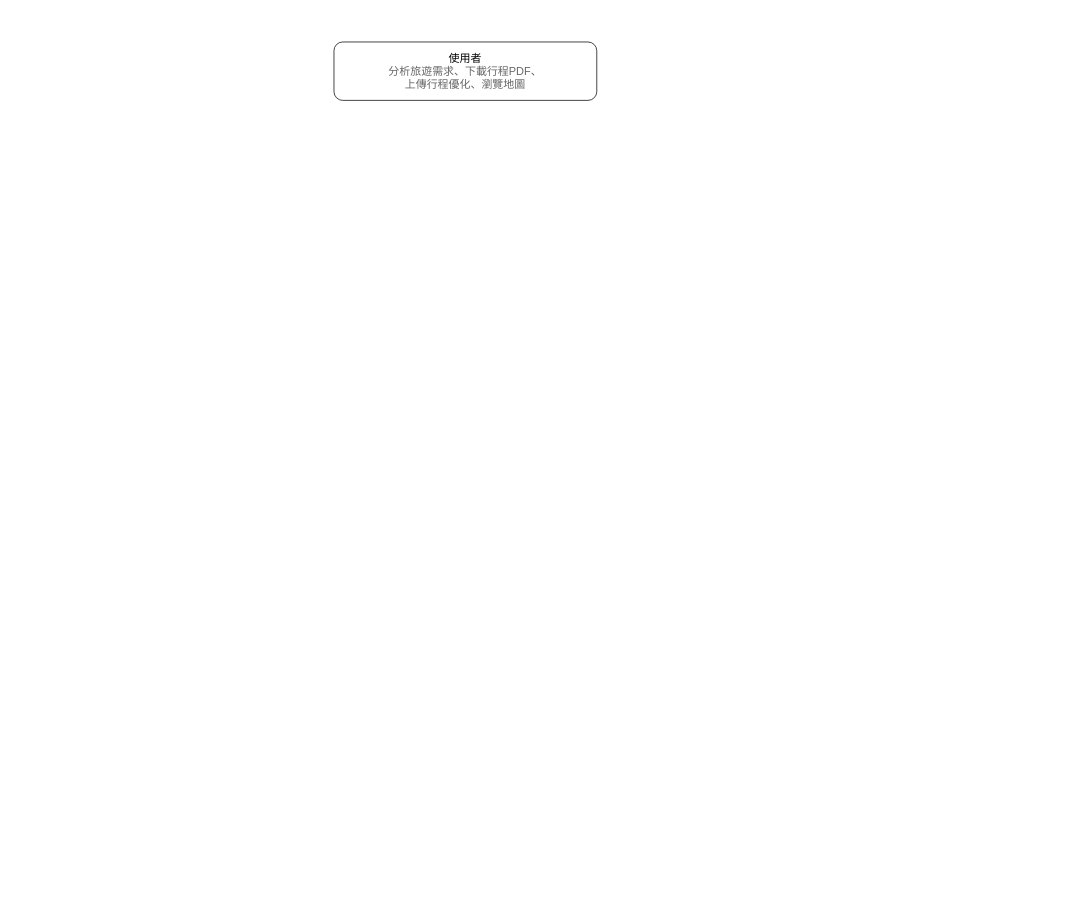
shuuuuyu/draw.io keeps this draw.io diagram as scratch.drawio. Above is the earlier version. Source tidied: cells renumbered, new cells numbered last; positions are measured from the earlier drawing's top-left corner, leaving out a move shared by most shapes. Both pictures are drawn from the tidied source at 73%, with x=0, y=0 at pixel (334, 42).
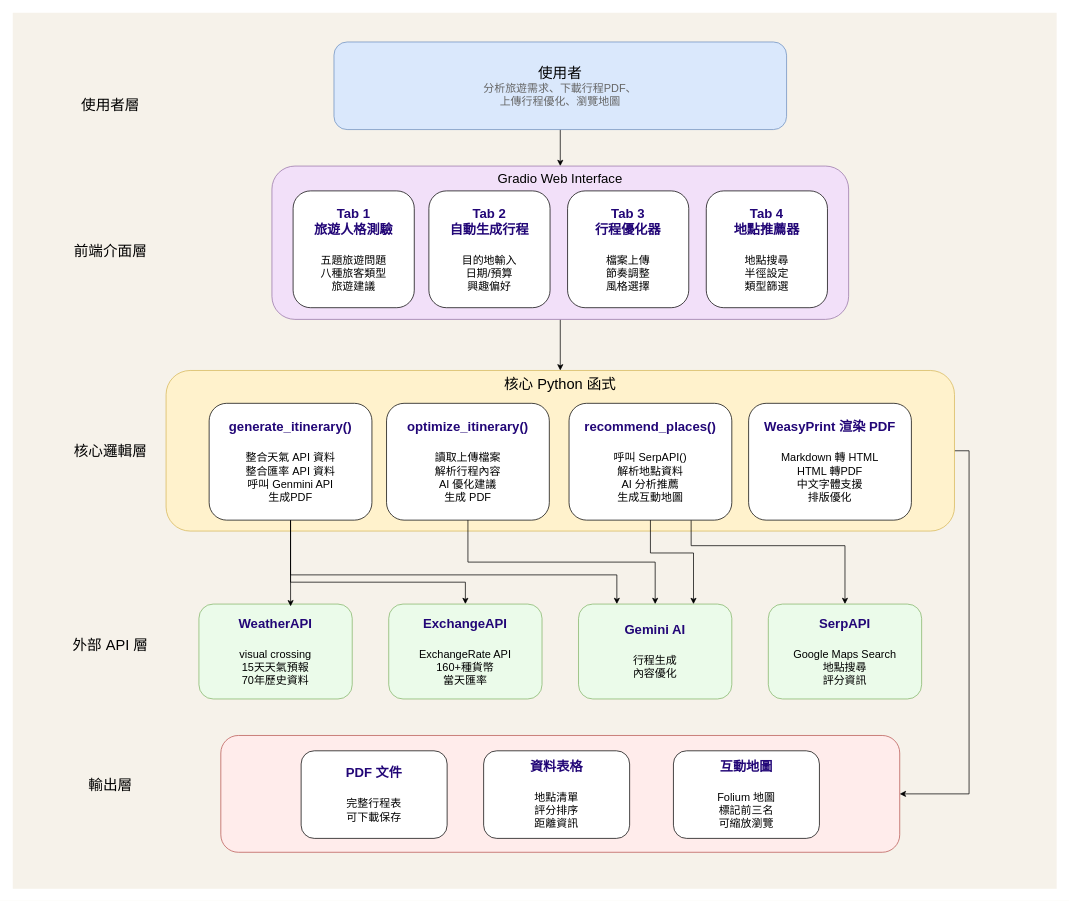
After the change.

The edit, as a diff of the source:
```diff
@@
+    <mxCell id="3" style="rounded=0;whiteSpace=wrap;html=1;fillColor=light-dark(#F6F2EA,#EDEDED);strokeColor=none;" parent="1" vertex="1">
+      <mxGeometry x="-440" y="-40" width="1430" height="1200" as="geometry" />
+    </mxCell>
+    <mxCell id="4" style="whiteSpace=wrap;html=1;fontSize=15;verticalAlign=middle;rounded=1;fillColor=light-dark(#ffeceb, #512d2b);strokeColor=#b85450;" parent="1" vertex="1">
+      <mxGeometry x="-155" y="950" width="930" height="160" as="geometry" />
+    </mxCell>
+    <mxCell id="5" style="edgeStyle=orthogonalEdgeStyle;rounded=0;jettySize=auto;html=1;" parent="1" edge="1" source="2" target="7">
+      <mxGeometry relative="1" as="geometry" />
+    </mxCell>
-    <mxCell id="2" value="使用者&lt;div&gt;&lt;font style=&quot;color: rgb(102, 102, 102);&quot;&gt;分析旅遊需求、下載行程PDF、&lt;/font&gt;&lt;/div&gt;&lt;div&gt;&lt;font style=&quot;color: rgb(102, 102, 102);&quot;&gt;&lt;span style=&quot;background-color: transparent;&quot;&gt;上傳行程優化、&lt;/span&gt;&lt;span style=&quot;background-color: transparent;&quot;&gt;瀏覽地圖&lt;/span&gt;&lt;/font&gt;&lt;/div&gt;" style="rounded=1;whiteSpace=wrap;html=1;fontSize=15;" parent="1" vertex="1">
-      <mxGeometry width="360" height="80" as="geometry" />
+    <mxCell id="2" value="&lt;font style=&quot;font-size: 20px;&quot;&gt;使用者&lt;/font&gt;&lt;div&gt;&lt;font style=&quot;color: rgb(102, 102, 102);&quot;&gt;分析旅遊需求、下載行程PDF、&lt;/font&gt;&lt;/div&gt;&lt;div&gt;&lt;font style=&quot;color: rgb(102, 102, 102);&quot;&gt;&lt;span style=&quot;background-color: transparent;&quot;&gt;上傳行程優化、&lt;/span&gt;&lt;span style=&quot;background-color: transparent;&quot;&gt;瀏覽地圖&lt;/span&gt;&lt;/font&gt;&lt;/div&gt;" style="rounded=1;whiteSpace=wrap;html=1;fontSize=15;fillColor=#dae8fc;strokeColor=#6c8ebf;" parent="1" vertex="1">
+      <mxGeometry width="620" height="120" as="geometry" />
     </mxCell>
+    <mxCell id="6" style="edgeStyle=orthogonalEdgeStyle;rounded=0;jettySize=auto;html=1;" parent="1" edge="1" source="7" target="10">
+      <mxGeometry relative="1" as="geometry" />
+    </mxCell>
+    <mxCell id="7" value="&lt;font style=&quot;font-size: 18px;&quot;&gt;Gradio Web Interface&lt;/font&gt;" style="whiteSpace=wrap;html=1;fontSize=15;fillColor=light-dark(#F2E0F9,#392F3F);strokeColor=#9673a6;rounded=1;verticalAlign=top;" parent="1" vertex="1">
+      <mxGeometry x="-85" y="170" width="790" height="210" as="geometry" />
+    </mxCell>
+    <mxCell id="8" value="&lt;font style=&quot;color: rgb(34, 6, 119);&quot;&gt;&lt;b style=&quot;background-color: transparent;&quot;&gt;&lt;font style=&quot;font-size: 18px;&quot;&gt;Tab 1&lt;/font&gt;&lt;/b&gt;&lt;br&gt;&lt;b style=&quot;background-color: transparent;&quot;&gt;&lt;font style=&quot;font-size: 18px;&quot;&gt;旅遊人格測驗&lt;/font&gt;&lt;/b&gt;&lt;/font&gt;&lt;br&gt;&lt;span style=&quot;font-size: 18px;&quot;&gt;&lt;b&gt;&lt;br&gt;&lt;/b&gt;&lt;/span&gt;&lt;span style=&quot;background-color: transparent; color: light-dark(rgb(0, 0, 0), rgb(255, 255, 255));&quot;&gt;五題旅遊問題&lt;/span&gt;&lt;br&gt;&lt;span style=&quot;background-color: transparent; color: light-dark(rgb(0, 0, 0), rgb(255, 255, 255));&quot;&gt;八種旅客類型&lt;/span&gt;&lt;br&gt;&lt;span style=&quot;background-color: transparent; color: light-dark(rgb(0, 0, 0), rgb(255, 255, 255));&quot;&gt;旅遊建議&lt;/span&gt;&lt;div&gt;&lt;/div&gt;" style="whiteSpace=wrap;html=1;fontSize=15;verticalAlign=middle;rounded=1;align=center;" parent="1" vertex="1">
+      <mxGeometry x="-56" y="204" width="166" height="160" as="geometry" />
+    </mxCell>
+    <mxCell id="9" style="edgeStyle=orthogonalEdgeStyle;rounded=0;jettySize=auto;html=1;exitX=1;exitY=0.5;exitDx=0;exitDy=0;entryX=1;entryY=0.5;entryDx=0;entryDy=0;" parent="1" edge="1" source="10" target="4">
+      <mxGeometry relative="1" as="geometry" />
+    </mxCell>
+    <mxCell id="10" value="&lt;font style=&quot;font-size: 20px;&quot;&gt;核心 Python 函式&lt;/font&gt;" style="rounded=1;whiteSpace=wrap;html=1;fontSize=15;verticalAlign=top;fillColor=#fff2cc;strokeColor=#d6b656;" parent="1" vertex="1">
+      <mxGeometry x="-230" y="450" width="1080" height="220" as="geometry" />
+    </mxCell>
+    <mxCell id="11" value="&lt;font style=&quot;color: rgb(34, 6, 119);&quot;&gt;&lt;b style=&quot;background-color: transparent;&quot;&gt;&lt;font style=&quot;font-size: 18px;&quot;&gt;WeatherAPI&lt;/font&gt;&lt;/b&gt;&lt;/font&gt;&lt;div&gt;&lt;span style=&quot;font-size: 18px;&quot;&gt;&lt;b&gt;&lt;font color=&quot;#220677&quot;&gt;&lt;br&gt;&lt;/font&gt;&lt;/b&gt;&lt;/span&gt;visual crossing&lt;div&gt;15天天氣預報&lt;/div&gt;&lt;div&gt;70年歷史資料&lt;/div&gt;&lt;/div&gt;" style="whiteSpace=wrap;html=1;fontSize=15;verticalAlign=middle;rounded=1;fillColor=light-dark(#ebfbea, #1f2f1e);strokeColor=#82b366;" parent="1" vertex="1">
+      <mxGeometry x="-185" y="770" width="210" height="130" as="geometry" />
+    </mxCell>
+    <mxCell id="12" value="&lt;font style=&quot;color: rgb(34, 6, 119);&quot;&gt;&lt;font&gt;&lt;span style=&quot;font-size: 18px;&quot;&gt;&lt;b&gt;PDF 文件&lt;/b&gt;&lt;/span&gt;&lt;/font&gt;&lt;br&gt;&lt;/font&gt;&lt;div&gt;&lt;span style=&quot;font-size: 18px;&quot;&gt;&lt;b&gt;&lt;font&gt;&lt;br&gt;&lt;/font&gt;&lt;/b&gt;&lt;/span&gt;完整行程表&lt;/div&gt;&lt;div&gt;可下載保存&lt;/div&gt;" style="whiteSpace=wrap;html=1;fontSize=15;verticalAlign=middle;rounded=1;" parent="1" vertex="1">
+      <mxGeometry x="-45" y="971" width="200" height="120" as="geometry" />
+    </mxCell>
+    <mxCell id="13" value="&lt;font style=&quot;color: rgb(34, 6, 119);&quot;&gt;&lt;font style=&quot;color: rgb(34, 6, 119);&quot;&gt;&lt;b style=&quot;background-color: transparent;&quot;&gt;&lt;font style=&quot;font-size: 18px;&quot;&gt;Tab 2&lt;/font&gt;&lt;/b&gt;&lt;br&gt;&lt;/font&gt;&lt;span style=&quot;font-size: 18px;&quot;&gt;&lt;b&gt;自動生成行程&lt;/b&gt;&lt;/span&gt;&lt;/font&gt;&lt;br&gt;&lt;span style=&quot;font-size: 18px;&quot;&gt;&lt;b&gt;&lt;br&gt;&lt;/b&gt;&lt;/span&gt;目的地輸入&lt;div&gt;&lt;/div&gt;&lt;div&gt;日期/預算&lt;/div&gt;&lt;div&gt;興趣偏好&lt;/div&gt;" style="whiteSpace=wrap;html=1;fontSize=15;verticalAlign=middle;rounded=1;align=center;" parent="1" vertex="1">
+      <mxGeometry x="130" y="204" width="166" height="160" as="geometry" />
+    </mxCell>
+    <mxCell id="14" value="&lt;font style=&quot;color: rgb(34, 6, 119);&quot;&gt;&lt;font style=&quot;color: rgb(34, 6, 119);&quot;&gt;&lt;b style=&quot;background-color: transparent;&quot;&gt;&lt;font style=&quot;font-size: 18px;&quot;&gt;Tab 3&lt;/font&gt;&lt;/b&gt;&lt;br&gt;&lt;/font&gt;&lt;span style=&quot;font-size: 18px;&quot;&gt;&lt;b&gt;行程優化器&lt;/b&gt;&lt;/span&gt;&lt;/font&gt;&lt;br&gt;&lt;span style=&quot;font-size: 18px;&quot;&gt;&lt;b&gt;&lt;br&gt;&lt;/b&gt;&lt;/span&gt;檔案上傳&lt;div&gt;節奏調整&lt;/div&gt;&lt;div&gt;風格選擇&lt;/div&gt;" style="whiteSpace=wrap;html=1;fontSize=15;verticalAlign=middle;rounded=1;align=center;" parent="1" vertex="1">
+      <mxGeometry x="320" y="204" width="166" height="160" as="geometry" />
+    </mxCell>
+    <mxCell id="15" value="&lt;font style=&quot;color: rgb(34, 6, 119);&quot;&gt;&lt;font style=&quot;color: rgb(34, 6, 119);&quot;&gt;&lt;b style=&quot;background-color: transparent;&quot;&gt;&lt;font style=&quot;font-size: 18px;&quot;&gt;Tab 4&lt;/font&gt;&lt;/b&gt;&lt;/font&gt;&lt;/font&gt;&lt;div&gt;&lt;font style=&quot;color: rgb(34, 6, 119);&quot;&gt;&lt;font style=&quot;color: rgb(34, 6, 119);&quot;&gt;&lt;b style=&quot;background-color: transparent;&quot;&gt;&lt;font style=&quot;font-size: 18px;&quot;&gt;地點推薦器&lt;/font&gt;&lt;/b&gt;&lt;/font&gt;&lt;/font&gt;&lt;br&gt;&lt;span style=&quot;font-size: 18px;&quot;&gt;&lt;b&gt;&lt;br&gt;&lt;/b&gt;&lt;/span&gt;地點搜尋&lt;/div&gt;&lt;div&gt;半徑設定&lt;/div&gt;&lt;div&gt;類型篩選&lt;/div&gt;" style="whiteSpace=wrap;html=1;fontSize=15;verticalAlign=middle;rounded=1;align=center;" parent="1" vertex="1">
+      <mxGeometry x="510" y="204" width="166" height="160" as="geometry" />
+    </mxCell>
+    <mxCell id="16" style="edgeStyle=orthogonalEdgeStyle;rounded=0;jettySize=auto;html=1;exitX=0.5;exitY=1;exitDx=0;exitDy=0;entryX=0.5;entryY=0;entryDx=0;entryDy=0;" parent="1" edge="1" source="18" target="23">
+      <mxGeometry relative="1" as="geometry">
+        <Array as="points">
+          <mxPoint x="-60" y="740" />
+          <mxPoint x="180" y="740" />
+        </Array>
+      </mxGeometry>
+    </mxCell>
+    <mxCell id="17" style="edgeStyle=orthogonalEdgeStyle;rounded=0;jettySize=auto;html=1;exitX=0.5;exitY=1;exitDx=0;exitDy=0;entryX=0.25;entryY=0;entryDx=0;entryDy=0;" parent="1" edge="1" source="18" target="24">
+      <mxGeometry relative="1" as="geometry">
+        <Array as="points">
+          <mxPoint x="-60" y="730" />
+          <mxPoint x="388" y="730" />
+        </Array>
+      </mxGeometry>
+    </mxCell>
+    <mxCell id="18" value="&lt;font style=&quot;color: rgb(34, 6, 119);&quot;&gt;&lt;b style=&quot;background-color: transparent;&quot;&gt;&lt;font style=&quot;font-size: 18px;&quot;&gt;generate_itinerary()&lt;/font&gt;&lt;/b&gt;&lt;/font&gt;&lt;br&gt;&lt;span style=&quot;font-size: 18px;&quot;&gt;&lt;b&gt;&lt;br&gt;&lt;/b&gt;&lt;/span&gt;整合天氣 API 資料&lt;div&gt;&lt;/div&gt;&lt;div&gt;整合匯率 API 資料&lt;/div&gt;&lt;div&gt;呼叫 Genmini API&lt;/div&gt;&lt;div&gt;生成PDF&lt;/div&gt;" style="whiteSpace=wrap;html=1;fontSize=15;verticalAlign=middle;rounded=1;align=center;" parent="1" vertex="1">
+      <mxGeometry x="-171" y="495" width="223" height="160" as="geometry" />
+    </mxCell>
+    <mxCell id="19" value="&lt;font style=&quot;color: rgb(34, 6, 119);&quot;&gt;&lt;b style=&quot;background-color: transparent;&quot;&gt;&lt;font style=&quot;font-size: 18px;&quot;&gt;optimize_itinerary()&lt;/font&gt;&lt;/b&gt;&lt;/font&gt;&lt;br&gt;&lt;span style=&quot;font-size: 18px;&quot;&gt;&lt;b&gt;&lt;br&gt;&lt;/b&gt;&lt;/span&gt;讀取上傳檔案&lt;div&gt;解析行程內容&lt;/div&gt;&lt;div&gt;AI 優化建議&lt;/div&gt;&lt;div&gt;生成 PDF&lt;/div&gt;" style="whiteSpace=wrap;html=1;fontSize=15;verticalAlign=middle;rounded=1;align=center;" parent="1" vertex="1">
+      <mxGeometry x="72" y="495" width="223" height="160" as="geometry" />
+    </mxCell>
+    <mxCell id="20" style="edgeStyle=orthogonalEdgeStyle;rounded=0;jettySize=auto;html=1;exitX=0.75;exitY=1;exitDx=0;exitDy=0;entryX=0.5;entryY=0;entryDx=0;entryDy=0;" parent="1" edge="1" source="21" target="25">
+      <mxGeometry relative="1" as="geometry">
+        <Array as="points">
+          <mxPoint x="489" y="690" />
+          <mxPoint x="700" y="690" />
+        </Array>
+      </mxGeometry>
+    </mxCell>
+    <mxCell id="21" value="&lt;font style=&quot;color: rgb(34, 6, 119);&quot;&gt;&lt;b style=&quot;background-color: transparent;&quot;&gt;&lt;font style=&quot;font-size: 18px;&quot;&gt;recommend_places()&lt;/font&gt;&lt;/b&gt;&lt;/font&gt;&lt;br&gt;&lt;span style=&quot;font-size: 18px;&quot;&gt;&lt;b&gt;&lt;br&gt;&lt;/b&gt;&lt;/span&gt;呼叫 SerpAPI()&lt;div&gt;解析地點資料&lt;/div&gt;&lt;div&gt;AI 分析推薦&lt;/div&gt;&lt;div&gt;生成互動地圖&lt;/div&gt;" style="whiteSpace=wrap;html=1;fontSize=15;verticalAlign=middle;rounded=1;align=center;" parent="1" vertex="1">
+      <mxGeometry x="322" y="495" width="223" height="160" as="geometry" />
+    </mxCell>
+    <mxCell id="22" value="&lt;font style=&quot;color: rgb(34, 6, 119);&quot;&gt;&lt;b style=&quot;background-color: transparent;&quot;&gt;&lt;font style=&quot;font-size: 18px;&quot;&gt;WeasyPrint 渲染 PDF&lt;/font&gt;&lt;/b&gt;&lt;/font&gt;&lt;br&gt;&lt;span style=&quot;font-size: 18px;&quot;&gt;&lt;b&gt;&lt;br&gt;&lt;/b&gt;&lt;/span&gt;Markdown 轉 HTML&lt;div&gt;HTML 轉PDF&lt;/div&gt;&lt;div&gt;中文字體支援&lt;/div&gt;&lt;div&gt;排版優化&lt;/div&gt;" style="whiteSpace=wrap;html=1;fontSize=15;verticalAlign=middle;rounded=1;align=center;" parent="1" vertex="1">
+      <mxGeometry x="568" y="495" width="223" height="160" as="geometry" />
+    </mxCell>
+    <mxCell id="23" value="&lt;font color=&quot;#220677&quot;&gt;&lt;span style=&quot;font-size: 18px;&quot;&gt;&lt;b&gt;ExchangeAPI&lt;/b&gt;&lt;/span&gt;&lt;/font&gt;&lt;br&gt;&lt;div&gt;&lt;span style=&quot;font-size: 18px;&quot;&gt;&lt;b&gt;&lt;font color=&quot;#220677&quot;&gt;&lt;br&gt;&lt;/font&gt;&lt;/b&gt;&lt;/span&gt;ExchangeRate API&lt;/div&gt;&lt;div&gt;160+種貨幣&lt;/div&gt;&lt;div&gt;當天匯率&lt;/div&gt;" style="whiteSpace=wrap;html=1;fontSize=15;verticalAlign=middle;rounded=1;fillColor=light-dark(#ebfbea, #1f2f1e);strokeColor=#82b366;" parent="1" vertex="1">
+      <mxGeometry x="75" y="770" width="210" height="130" as="geometry" />
+    </mxCell>
+    <mxCell id="24" value="&lt;font color=&quot;#220677&quot;&gt;&lt;span style=&quot;font-size: 18px;&quot;&gt;&lt;b&gt;Gemini AI&lt;/b&gt;&lt;/span&gt;&lt;/font&gt;&lt;br&gt;&lt;div&gt;&lt;span style=&quot;font-size: 18px;&quot;&gt;&lt;b&gt;&lt;font color=&quot;#220677&quot;&gt;&lt;br&gt;&lt;/font&gt;&lt;/b&gt;&lt;/span&gt;行程生成&lt;/div&gt;&lt;div&gt;內容優化&lt;/div&gt;" style="whiteSpace=wrap;html=1;fontSize=15;verticalAlign=middle;rounded=1;fillColor=light-dark(#ebfbea, #1f2f1e);strokeColor=#82b366;" parent="1" vertex="1">
+      <mxGeometry x="335" y="770" width="210" height="130" as="geometry" />
+    </mxCell>
+    <mxCell id="25" value="&lt;font color=&quot;#220677&quot;&gt;&lt;span style=&quot;font-size: 18px;&quot;&gt;&lt;b&gt;SerpAPI&lt;/b&gt;&lt;/span&gt;&lt;/font&gt;&lt;br&gt;&lt;div&gt;&lt;span style=&quot;font-size: 18px;&quot;&gt;&lt;b&gt;&lt;font color=&quot;#220677&quot;&gt;&lt;br&gt;&lt;/font&gt;&lt;/b&gt;&lt;/span&gt;Google Maps Search&lt;/div&gt;&lt;div&gt;地點搜尋&lt;/div&gt;&lt;div&gt;評分資訊&lt;/div&gt;" style="whiteSpace=wrap;html=1;fontSize=15;verticalAlign=middle;rounded=1;fillColor=light-dark(#ebfbea, #1f2f1e);strokeColor=#82b366;" parent="1" vertex="1">
+      <mxGeometry x="595" y="770" width="210" height="130" as="geometry" />
+    </mxCell>
+    <mxCell id="26" value="&lt;font style=&quot;color: rgb(34, 6, 119);&quot;&gt;&lt;span style=&quot;font-size: 18px;&quot;&gt;&lt;b&gt;資料表格&lt;/b&gt;&lt;/span&gt;&lt;br&gt;&lt;/font&gt;&lt;div&gt;&lt;span style=&quot;font-size: 18px;&quot;&gt;&lt;b&gt;&lt;font&gt;&lt;br&gt;&lt;/font&gt;&lt;/b&gt;&lt;/span&gt;地點清單&lt;/div&gt;&lt;div&gt;評分排序&lt;/div&gt;&lt;div&gt;距離資訊&lt;/div&gt;" style="whiteSpace=wrap;html=1;fontSize=15;verticalAlign=middle;rounded=1;" parent="1" vertex="1">
+      <mxGeometry x="205" y="971" width="200" height="120" as="geometry" />
+    </mxCell>
+    <mxCell id="27" value="&lt;div&gt;&lt;span style=&quot;font-size: 18px;&quot;&gt;&lt;b&gt;&lt;font style=&quot;color: rgb(34, 6, 119);&quot;&gt;互動地圖&lt;/font&gt;&lt;/b&gt;&lt;/span&gt;&lt;/div&gt;&lt;div&gt;&lt;span style=&quot;font-size: 18px;&quot;&gt;&lt;b&gt;&lt;font&gt;&lt;br&gt;&lt;/font&gt;&lt;/b&gt;&lt;/span&gt;Folium 地圖&lt;/div&gt;&lt;div&gt;標記前三名&lt;/div&gt;&lt;div&gt;可縮放瀏覽&lt;/div&gt;" style="whiteSpace=wrap;html=1;fontSize=15;verticalAlign=middle;rounded=1;" parent="1" vertex="1">
+      <mxGeometry x="465" y="971" width="200" height="120" as="geometry" />
+    </mxCell>
+    <mxCell id="28" value="使用者層" style="text;html=1;whiteSpace=wrap;strokeColor=none;fillColor=none;align=center;verticalAlign=middle;rounded=0;fontSize=20;" parent="1" vertex="1">
+      <mxGeometry x="-356" y="70" width="100" height="30" as="geometry" />
+    </mxCell>
+    <mxCell id="29" value="前端介面層" style="text;html=1;whiteSpace=wrap;strokeColor=none;fillColor=none;align=center;verticalAlign=middle;rounded=0;fontSize=20;" parent="1" vertex="1">
+      <mxGeometry x="-361" y="270" width="110" height="30" as="geometry" />
+    </mxCell>
+    <mxCell id="30" value="核心邏輯層" style="text;html=1;whiteSpace=wrap;strokeColor=none;fillColor=none;align=center;verticalAlign=middle;rounded=0;fontSize=20;" parent="1" vertex="1">
+      <mxGeometry x="-361" y="545" width="110" height="30" as="geometry" />
+    </mxCell>
+    <mxCell id="31" value="外部 API 層" style="text;html=1;whiteSpace=wrap;strokeColor=none;fillColor=none;align=center;verticalAlign=middle;rounded=0;fontSize=20;" parent="1" vertex="1">
+      <mxGeometry x="-361" y="810" width="110" height="30" as="geometry" />
+    </mxCell>
+    <mxCell id="32" value="輸出層" style="text;html=1;whiteSpace=wrap;strokeColor=none;fillColor=none;align=center;verticalAlign=middle;rounded=0;fontSize=20;" parent="1" vertex="1">
+      <mxGeometry x="-361" y="1002" width="110" height="30" as="geometry" />
+    </mxCell>
+    <mxCell id="33" style="edgeStyle=orthogonalEdgeStyle;rounded=0;jettySize=auto;html=1;exitX=0.5;exitY=1;exitDx=0;exitDy=0;entryX=0.598;entryY=0.024;entryDx=0;entryDy=0;entryPerimeter=0;" parent="1" edge="1" source="18" target="11">
+      <mxGeometry relative="1" as="geometry" />
+    </mxCell>
+    <mxCell id="34" style="edgeStyle=orthogonalEdgeStyle;rounded=0;jettySize=auto;html=1;exitX=0.5;exitY=1;exitDx=0;exitDy=0;entryX=0.75;entryY=0;entryDx=0;entryDy=0;" parent="1" edge="1" source="21" target="24">
+      <mxGeometry relative="1" as="geometry">
+        <Array as="points">
+          <mxPoint x="434" y="700" />
+          <mxPoint x="492" y="700" />
+        </Array>
+      </mxGeometry>
+    </mxCell>
+    <mxCell id="35" style="edgeStyle=orthogonalEdgeStyle;rounded=0;jettySize=auto;html=1;exitX=0.5;exitY=1;exitDx=0;exitDy=0;entryX=0.5;entryY=0;entryDx=0;entryDy=0;" parent="1" edge="1" source="19" target="24">
+      <mxGeometry relative="1" as="geometry" />
+    </mxCell>
```
